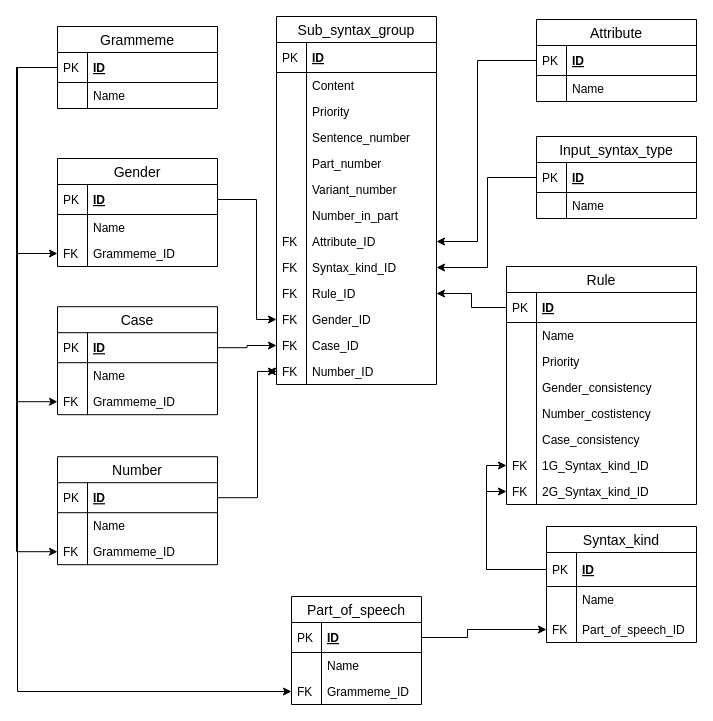
DMfananddu/Diploma keeps this draw.io diagram as Datalogical.drawio. Above is the earlier version. Source tidied: cells renumbered, new cells numbered last; positions are measured from the earlier drawing's top-left corner, leaving out a move shared by most shapes. Both pictures are drawn from the tidied source at 100%, with x=0, y=0 at pixel (16, 16).
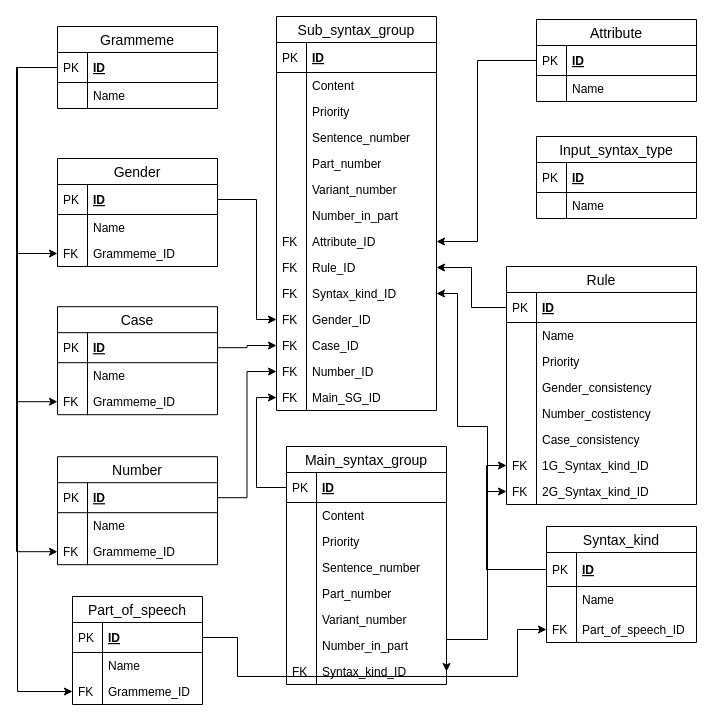
After the change.

Unchanged cells that the change refers to:
```xml
<mxCell id="21" value="ID" style="shape=partialRectangle;top=0;left=0;right=0;bottom=1;align=left;verticalAlign=middle;fillColor=none;spacingLeft=34;spacingRight=4;overflow=hidden;points=[[0,0.5],[1,0.5]];portConstraint=eastwest;fontStyle=5;fontSize=12;" parent="20" vertex="1">
  <mxGeometry y="26" width="130" height="30" as="geometry" />
</mxCell>
<mxCell id="28" value="ID" style="shape=partialRectangle;top=0;left=0;right=0;bottom=1;align=left;verticalAlign=middle;fillColor=none;spacingLeft=34;spacingRight=4;overflow=hidden;points=[[0,0.5],[1,0.5]];portConstraint=eastwest;fontStyle=5;fontSize=12;" parent="27" vertex="1">
  <mxGeometry y="26" width="150" height="34" as="geometry" />
</mxCell>
<mxCell id="32" value="Part_of_speech_ID" style="shape=partialRectangle;top=0;left=0;right=0;bottom=0;align=left;verticalAlign=top;fillColor=none;spacingLeft=34;spacingRight=4;overflow=hidden;points=[[0,0.5],[1,0.5]];portConstraint=eastwest;fontSize=12;" parent="27" vertex="1">
  <mxGeometry y="90" width="150" height="26" as="geometry" />
</mxCell>
<mxCell id="59" value="Number_ID" style="shape=partialRectangle;top=0;left=0;right=0;bottom=0;align=left;verticalAlign=top;fillColor=none;spacingLeft=34;spacingRight=4;overflow=hidden;points=[[0,0.5],[1,0.5]];portConstraint=eastwest;fontSize=12;" parent="34" vertex="1">
  <mxGeometry y="342" width="160" height="26" as="geometry" />
</mxCell>
<mxCell id="67" value="ID" style="shape=partialRectangle;top=0;left=0;right=0;bottom=1;align=left;verticalAlign=middle;fillColor=none;spacingLeft=34;spacingRight=4;overflow=hidden;points=[[0,0.5],[1,0.5]];portConstraint=eastwest;fontStyle=5;fontSize=12;" parent="66" vertex="1">
  <mxGeometry y="26" width="160" height="30" as="geometry" />
</mxCell>
<mxCell id="91" value="1G_Syntax_kind_ID" style="shape=partialRectangle;top=0;left=0;right=0;bottom=0;align=left;verticalAlign=top;fillColor=none;spacingLeft=34;spacingRight=4;overflow=hidden;points=[[0,0.5],[1,0.5]];portConstraint=eastwest;fontSize=12;" parent="78" vertex="1">
  <mxGeometry y="186" width="190" height="26" as="geometry" />
</mxCell>
<mxCell id="96" value="ID" style="shape=partialRectangle;top=0;left=0;right=0;bottom=1;align=left;verticalAlign=middle;fillColor=none;spacingLeft=34;spacingRight=4;overflow=hidden;points=[[0,0.5],[1,0.5]];portConstraint=eastwest;fontStyle=5;fontSize=12;" parent="95" vertex="1">
  <mxGeometry y="26" width="160" height="30" as="geometry" />
</mxCell>
```

The edit, as a diff of the source:
```diff
@@
-    <mxCell id="2" style="edgeStyle=orthogonalEdgeStyle;rounded=0;jettySize=auto;html=1;exitX=1;exitY=0.5;exitDx=0;exitDy=0;entryX=0;entryY=0.5;entryDx=0;entryDy=0;" parent="1" edge="1" source="96" target="59">
-      <mxGeometry relative="1" as="geometry">
-        <Array as="points">
-          <mxPoint x="241" y="481.2" />
-          <mxPoint x="241" y="355.2" />
-        </Array>
-      </mxGeometry>
-    </mxCell>
@@
     <mxCell id="8" style="edgeStyle=orthogonalEdgeStyle;rounded=0;jettySize=auto;html=1;exitX=1;exitY=0.5;exitDx=0;exitDy=0;entryX=0;entryY=0.5;entryDx=0;entryDy=0;" parent="1" edge="1" source="21" target="32">
       <mxGeometry relative="1" as="geometry">
         <Array as="points">
-          <mxPoint x="451" y="621" />
-          <mxPoint x="451" y="613" />
+          <mxPoint x="221" y="621" />
+          <mxPoint x="221" y="660" />
+          <mxPoint x="501" y="660" />
+          <mxPoint x="501" y="613" />
         </Array>
       </mxGeometry>
     </mxCell>
-    <mxCell id="9" style="edgeStyle=orthogonalEdgeStyle;rounded=0;jettySize=auto;html=1;exitX=0;exitY=0.5;exitDx=0;exitDy=0;entryX=1;entryY=0.5;entryDx=0;entryDy=0;" parent="1" edge="1" source="67" target="51">
-      <mxGeometry relative="1" as="geometry">
-        <Array as="points">
-          <mxPoint x="471" y="161" />
-          <mxPoint x="471" y="251" />
-        </Array>
-      </mxGeometry>
-    </mxCell>
@@
-    <mxCell id="12" style="edgeStyle=orthogonalEdgeStyle;rounded=0;jettySize=auto;html=1;exitX=0;exitY=0.5;exitDx=0;exitDy=0;entryX=0;entryY=0.5;entryDx=0;entryDy=0;" parent="1" edge="1" source="28" target="91">
-      <mxGeometry relative="1" as="geometry" />
-    </mxCell>
-    <mxCell id="13" style="edgeStyle=none;rounded=0;jettySize=auto;html=1;exitX=0;exitY=0.5;exitDx=0;exitDy=0;" parent="1" edge="1" source="59">
-      <mxGeometry relative="1" as="geometry">
-        <mxPoint x="251" y="354.2" as="targetPoint" />
-      </mxGeometry>
-    </mxCell>
@@
-    <mxCell id="15" value="Grammeme" style="swimlane;fontStyle=0;horizontal=1;startSize=26;align=center;fontSize=14;" parent="1" vertex="1">
-      <mxGeometry x="41" y="10" width="160" height="82" as="geometry" />
-    </mxCell>
-    <mxCell id="16" value="ID" style="shape=partialRectangle;top=0;left=0;right=0;bottom=1;align=left;verticalAlign=middle;fillColor=none;spacingLeft=34;spacingRight=4;overflow=hidden;points=[[0,0.5],[1,0.5]];portConstraint=eastwest;fontStyle=5;fontSize=12;" parent="15" vertex="1">
-      <mxGeometry y="26" width="160" height="30" as="geometry" />
-    </mxCell>
-    <mxCell id="17" value="PK" style="shape=partialRectangle;top=0;left=0;bottom=0;fillColor=none;align=left;verticalAlign=middle;spacingLeft=4;spacingRight=4;overflow=hidden;fontSize=12;" parent="16" vertex="1">
-      <mxGeometry width="30" height="30" as="geometry" />
-    </mxCell>
-    <mxCell id="18" value="Name" style="shape=partialRectangle;top=0;left=0;right=0;bottom=0;align=left;verticalAlign=top;fillColor=none;spacingLeft=34;spacingRight=4;overflow=hidden;fontSize=12;" parent="15" vertex="1">
-      <mxGeometry y="56" width="160" height="26" as="geometry" />
-    </mxCell>
-    <mxCell id="19" style="shape=partialRectangle;top=0;left=0;bottom=0;fillColor=none;align=left;verticalAlign=top;spacingLeft=4;spacingRight=4;overflow=hidden;fontSize=12;" parent="18" vertex="1">
-      <mxGeometry width="30" height="26" as="geometry" />
-    </mxCell>
+    <mxCell id="110" value="Main_syntax_group" style="swimlane;fontStyle=0;horizontal=1;startSize=26;align=center;fontSize=14;" parent="1" vertex="1">
+      <mxGeometry x="270" y="430" width="160" height="238" as="geometry" />
+    </mxCell>
+    <mxCell id="111" value="ID" style="shape=partialRectangle;top=0;left=0;right=0;bottom=1;align=left;verticalAlign=middle;fillColor=none;spacingLeft=34;spacingRight=4;overflow=hidden;points=[[0,0.5],[1,0.5]];portConstraint=eastwest;fontStyle=5;fontSize=12;" parent="110" vertex="1">
+      <mxGeometry y="26" width="160" height="30" as="geometry" />
+    </mxCell>
+    <mxCell id="112" value="PK" style="shape=partialRectangle;top=0;left=0;bottom=0;fillColor=none;align=left;verticalAlign=middle;spacingLeft=4;spacingRight=4;overflow=hidden;fontSize=12;" parent="111" vertex="1">
+      <mxGeometry width="30" height="30" as="geometry" />
+    </mxCell>
+    <mxCell id="113" value="Content" style="shape=partialRectangle;top=0;left=0;right=0;bottom=0;align=left;verticalAlign=top;fillColor=none;spacingLeft=34;spacingRight=4;overflow=hidden;fontSize=12;" parent="110" vertex="1">
+      <mxGeometry y="56" width="160" height="26" as="geometry" />
+    </mxCell>
+    <mxCell id="114" style="shape=partialRectangle;top=0;left=0;bottom=0;fillColor=none;align=left;verticalAlign=top;spacingLeft=4;spacingRight=4;overflow=hidden;fontSize=12;" parent="113" vertex="1">
+      <mxGeometry width="30" height="26" as="geometry" />
+    </mxCell>
+    <mxCell id="115" value="Priority" style="shape=partialRectangle;top=0;left=0;right=0;bottom=0;align=left;verticalAlign=top;fillColor=none;spacingLeft=34;spacingRight=4;overflow=hidden;fontSize=12;" parent="110" vertex="1">
+      <mxGeometry y="82" width="160" height="26" as="geometry" />
+    </mxCell>
+    <mxCell id="116" style="shape=partialRectangle;top=0;left=0;bottom=0;fillColor=none;align=left;verticalAlign=top;spacingLeft=4;spacingRight=4;overflow=hidden;fontSize=12;" parent="115" vertex="1">
+      <mxGeometry width="30" height="26" as="geometry" />
+    </mxCell>
+    <mxCell id="117" value="Sentence_number" style="shape=partialRectangle;top=0;left=0;right=0;bottom=0;align=left;verticalAlign=top;fillColor=none;spacingLeft=34;spacingRight=4;overflow=hidden;fontSize=12;" parent="110" vertex="1">
+      <mxGeometry y="108" width="160" height="26" as="geometry" />
+    </mxCell>
+    <mxCell id="118" style="shape=partialRectangle;top=0;left=0;bottom=0;fillColor=none;align=left;verticalAlign=top;spacingLeft=4;spacingRight=4;overflow=hidden;fontSize=12;" parent="117" vertex="1">
+      <mxGeometry width="30" height="26" as="geometry" />
+    </mxCell>
+    <mxCell id="119" value="Part_number" style="shape=partialRectangle;top=0;left=0;right=0;bottom=0;align=left;verticalAlign=top;fillColor=none;spacingLeft=34;spacingRight=4;overflow=hidden;fontSize=12;" parent="110" vertex="1">
+      <mxGeometry y="134" width="160" height="26" as="geometry" />
+    </mxCell>
+    <mxCell id="120" style="shape=partialRectangle;top=0;left=0;bottom=0;fillColor=none;align=left;verticalAlign=top;spacingLeft=4;spacingRight=4;overflow=hidden;fontSize=12;" parent="119" vertex="1">
+      <mxGeometry width="30" height="26" as="geometry" />
+    </mxCell>
+    <mxCell id="121" value="Variant_number" style="shape=partialRectangle;top=0;left=0;right=0;bottom=0;align=left;verticalAlign=top;fillColor=none;spacingLeft=34;spacingRight=4;overflow=hidden;fontSize=12;" parent="110" vertex="1">
+      <mxGeometry y="160" width="160" height="26" as="geometry" />
+    </mxCell>
+    <mxCell id="122" style="shape=partialRectangle;top=0;left=0;bottom=0;fillColor=none;align=left;verticalAlign=top;spacingLeft=4;spacingRight=4;overflow=hidden;fontSize=12;" parent="121" vertex="1">
+      <mxGeometry width="30" height="26" as="geometry" />
+    </mxCell>
+    <mxCell id="123" value="Number_in_part" style="shape=partialRectangle;top=0;left=0;right=0;bottom=0;align=left;verticalAlign=top;fillColor=none;spacingLeft=34;spacingRight=4;overflow=hidden;fontSize=12;" parent="110" vertex="1">
+      <mxGeometry y="186" width="160" height="26" as="geometry" />
+    </mxCell>
+    <mxCell id="124" style="shape=partialRectangle;top=0;left=0;bottom=0;fillColor=none;align=left;verticalAlign=top;spacingLeft=4;spacingRight=4;overflow=hidden;fontSize=12;" parent="123" vertex="1">
+      <mxGeometry width="30" height="26" as="geometry" />
+    </mxCell>
+    <mxCell id="125" value="Syntax_kind_ID" style="shape=partialRectangle;top=0;left=0;right=0;bottom=0;align=left;verticalAlign=top;fillColor=none;spacingLeft=34;spacingRight=4;overflow=hidden;points=[[0,0.5],[1,0.5]];portConstraint=eastwest;fontSize=12;" parent="110" vertex="1">
+      <mxGeometry y="212" width="160" height="26" as="geometry" />
+    </mxCell>
+    <mxCell id="126" value="FK" style="shape=partialRectangle;top=0;left=0;bottom=0;fillColor=none;align=left;verticalAlign=top;spacingLeft=4;spacingRight=4;overflow=hidden;fontSize=12;" parent="125" vertex="1">
+      <mxGeometry width="30" height="26" as="geometry" />
+    </mxCell>
     <mxCell id="20" value="Part_of_speech" style="swimlane;fontStyle=0;horizontal=1;startSize=26;align=center;fontSize=14;" parent="1" vertex="1">
-      <mxGeometry x="275" y="580" width="130" height="108" as="geometry" />
+      <mxGeometry x="56" y="580" width="130" height="108" as="geometry" />
     </mxCell>
@@
+    <mxCell id="15" value="Grammeme" style="swimlane;fontStyle=0;horizontal=1;startSize=26;align=center;fontSize=14;" parent="1" vertex="1">
+      <mxGeometry x="41" y="10" width="160" height="82" as="geometry" />
+    </mxCell>
+    <mxCell id="16" value="ID" style="shape=partialRectangle;top=0;left=0;right=0;bottom=1;align=left;verticalAlign=middle;fillColor=none;spacingLeft=34;spacingRight=4;overflow=hidden;points=[[0,0.5],[1,0.5]];portConstraint=eastwest;fontStyle=5;fontSize=12;" parent="15" vertex="1">
+      <mxGeometry y="26" width="160" height="30" as="geometry" />
+    </mxCell>
+    <mxCell id="17" value="PK" style="shape=partialRectangle;top=0;left=0;bottom=0;fillColor=none;align=left;verticalAlign=middle;spacingLeft=4;spacingRight=4;overflow=hidden;fontSize=12;" parent="16" vertex="1">
+      <mxGeometry width="30" height="30" as="geometry" />
+    </mxCell>
+    <mxCell id="18" value="Name" style="shape=partialRectangle;top=0;left=0;right=0;bottom=0;align=left;verticalAlign=top;fillColor=none;spacingLeft=34;spacingRight=4;overflow=hidden;fontSize=12;" parent="15" vertex="1">
+      <mxGeometry y="56" width="160" height="26" as="geometry" />
+    </mxCell>
+    <mxCell id="19" style="shape=partialRectangle;top=0;left=0;bottom=0;fillColor=none;align=left;verticalAlign=top;spacingLeft=4;spacingRight=4;overflow=hidden;fontSize=12;" parent="18" vertex="1">
+      <mxGeometry width="30" height="26" as="geometry" />
+    </mxCell>
@@
     <mxCell id="34" value="Sub_syntax_group" style="swimlane;fontStyle=0;horizontal=1;startSize=26;align=center;fontSize=14;" parent="1" vertex="1">
-      <mxGeometry x="260" width="160" height="368" as="geometry" />
+      <mxGeometry x="260" width="160" height="394" as="geometry" />
     </mxCell>
@@
+    <mxCell id="53" value="Rule_ID" style="shape=partialRectangle;top=0;left=0;right=0;bottom=0;align=left;verticalAlign=top;fillColor=none;spacingLeft=34;spacingRight=4;overflow=hidden;points=[[0,0.5],[1,0.5]];portConstraint=eastwest;fontSize=12;" parent="34" vertex="1">
+      <mxGeometry y="238" width="160" height="26" as="geometry" />
+    </mxCell>
+    <mxCell id="54" value="FK" style="shape=partialRectangle;top=0;left=0;bottom=0;fillColor=none;align=left;verticalAlign=top;spacingLeft=4;spacingRight=4;overflow=hidden;fontSize=12;" parent="53" vertex="1">
+      <mxGeometry width="30" height="26" as="geometry" />
+    </mxCell>
     <mxCell id="51" value="Syntax_kind_ID" style="shape=partialRectangle;top=0;left=0;right=0;bottom=0;align=left;verticalAlign=top;fillColor=none;spacingLeft=34;spacingRight=4;overflow=hidden;points=[[0,0.5],[1,0.5]];portConstraint=eastwest;fontSize=12;" parent="34" vertex="1">
-      <mxGeometry y="238" width="160" height="26" as="geometry" />
+      <mxGeometry y="264" width="160" height="26" as="geometry" />
     </mxCell>
@@
-    <mxCell id="53" value="Rule_ID" style="shape=partialRectangle;top=0;left=0;right=0;bottom=0;align=left;verticalAlign=top;fillColor=none;spacingLeft=34;spacingRight=4;overflow=hidden;points=[[0,0.5],[1,0.5]];portConstraint=eastwest;fontSize=12;" parent="34" vertex="1">
-      <mxGeometry y="264" width="160" height="26" as="geometry" />
-    </mxCell>
-    <mxCell id="54" value="FK" style="shape=partialRectangle;top=0;left=0;bottom=0;fillColor=none;align=left;verticalAlign=top;spacingLeft=4;spacingRight=4;overflow=hidden;fontSize=12;" parent="53" vertex="1">
-      <mxGeometry width="30" height="26" as="geometry" />
-    </mxCell>
@@
+    <mxCell id="127" value="Main_SG_ID" style="shape=partialRectangle;top=0;left=0;right=0;bottom=0;align=left;verticalAlign=top;fillColor=none;spacingLeft=34;spacingRight=4;overflow=hidden;points=[[0,0.5],[1,0.5]];portConstraint=eastwest;fontSize=12;" parent="34" vertex="1">
+      <mxGeometry y="368" width="160" height="26" as="geometry" />
+    </mxCell>
+    <mxCell id="128" value="FK" style="shape=partialRectangle;top=0;left=0;bottom=0;fillColor=none;align=left;verticalAlign=top;spacingLeft=4;spacingRight=4;overflow=hidden;fontSize=12;" parent="127" vertex="1">
+      <mxGeometry width="30" height="26" as="geometry" />
+    </mxCell>
@@
+    <mxCell id="129" style="edgeStyle=orthogonalEdgeStyle;rounded=0;jettySize=auto;html=1;exitX=0;exitY=0.5;exitDx=0;exitDy=0;entryX=1;entryY=0.5;entryDx=0;entryDy=0;" parent="1" edge="1" source="28" target="125">
+      <mxGeometry relative="1" as="geometry">
+        <Array as="points">
+          <mxPoint x="471" y="553" />
+          <mxPoint x="471" y="623" />
+        </Array>
+      </mxGeometry>
+    </mxCell>
+    <mxCell id="130" style="edgeStyle=orthogonalEdgeStyle;rounded=0;jettySize=auto;html=1;exitX=0;exitY=0.5;exitDx=0;exitDy=0;entryX=1;entryY=0.5;entryDx=0;entryDy=0;" parent="1" edge="1" source="28" target="51">
+      <mxGeometry relative="1" as="geometry">
+        <Array as="points">
+          <mxPoint x="471" y="553" />
+          <mxPoint x="471" y="410" />
+          <mxPoint x="441" y="410" />
+          <mxPoint x="441" y="277" />
+        </Array>
+      </mxGeometry>
+    </mxCell>
@@
+    <mxCell id="12" style="edgeStyle=orthogonalEdgeStyle;rounded=0;jettySize=auto;html=1;exitX=0;exitY=0.5;exitDx=0;exitDy=0;entryX=0;entryY=0.5;entryDx=0;entryDy=0;" parent="1" edge="1" source="28" target="91">
+      <mxGeometry relative="1" as="geometry" />
+    </mxCell>
+    <mxCell id="2" style="edgeStyle=orthogonalEdgeStyle;rounded=0;jettySize=auto;html=1;exitX=1;exitY=0.5;exitDx=0;exitDy=0;entryX=0;entryY=0.5;entryDx=0;entryDy=0;" parent="1" edge="1" source="96" target="59">
+      <mxGeometry relative="1" as="geometry" />
+    </mxCell>
+    <mxCell id="131" style="edgeStyle=orthogonalEdgeStyle;rounded=0;jettySize=auto;html=1;exitX=0;exitY=0.5;exitDx=0;exitDy=0;entryX=0;entryY=0.5;entryDx=0;entryDy=0;" parent="1" edge="1" source="111" target="127">
+      <mxGeometry relative="1" as="geometry" />
+    </mxCell>
```
